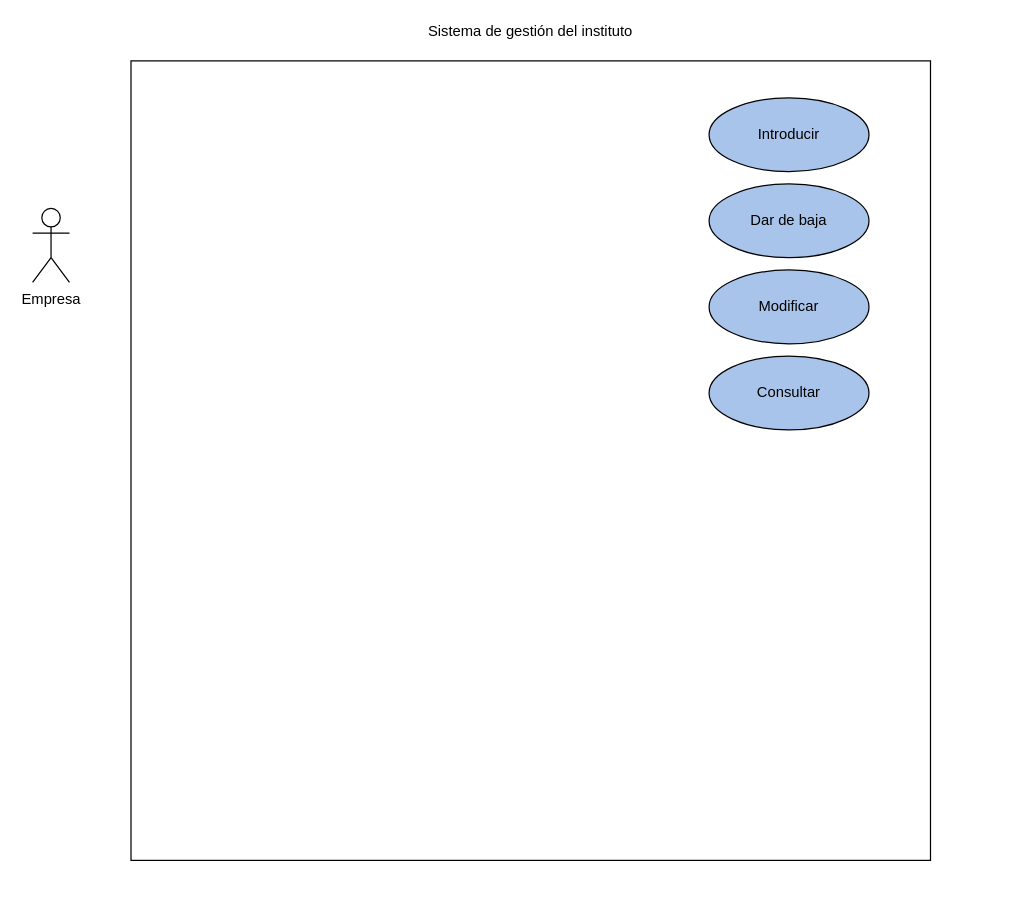
Earlier version of the draw.io diagram Untitled Diagram.drawio (vmcabreu/calculoarea). Source tidied: cells renumbered, new cells numbered last; positions are measured from the earlier drawing's top-left corner, leaving out a move shared by most shapes. Both pictures are drawn from the tidied source at 123%, with x=0, y=0 at pixel (32, 60).
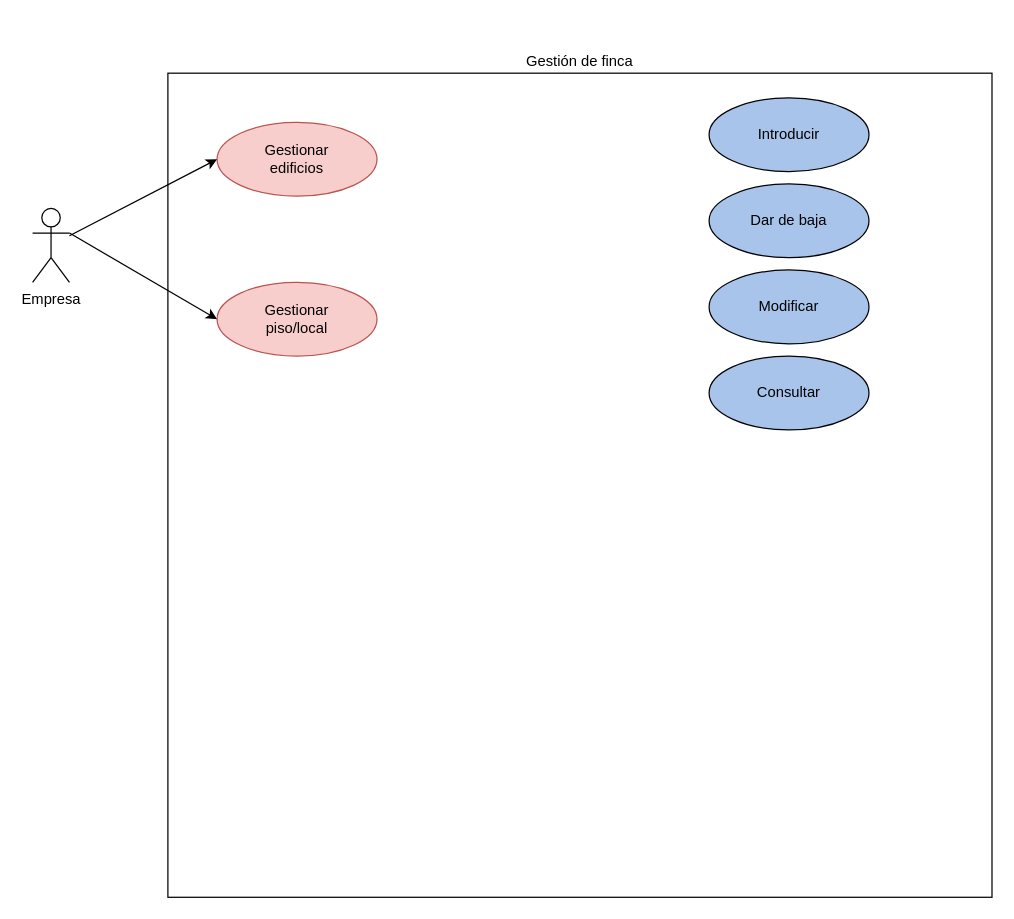
The same page after the edit.

Diff of the diagram source:
```diff
@@
 <mxGraphModel>
   <root>
     <mxCell id="0" />
     <mxCell id="1" parent="0" />
-    <mxCell id="2" value="&lt;div&gt;Sistema de gestión del instituto&lt;/div&gt;&lt;div&gt;&lt;br&gt;&lt;/div&gt;" style="whiteSpace=wrap;html=1;fillColor=none;labelPosition=center;verticalLabelPosition=top;align=center;verticalAlign=bottom;" parent="1" vertex="1">
-      <mxGeometry x="80" width="650" height="650" as="geometry" />
-    </mxCell>
     <mxCell id="3" value="Empresa" style="shape=umlActor;verticalLabelPosition=bottom;verticalAlign=top;html=1;outlineConnect=0;fontFamily=Helvetica;fillColor=none;" parent="1" vertex="1">
       <mxGeometry y="120" width="30" height="60" as="geometry" />
     </mxCell>
     <mxCell id="4" value="&lt;div&gt;Introducir&lt;/div&gt;" style="ellipse;whiteSpace=wrap;html=1;fontFamily=Helvetica;fillColor=#A9C4EB;strokeColor=default;" parent="1" vertex="1">
       <mxGeometry x="550" y="30" width="130" height="60" as="geometry" />
     </mxCell>
     <mxCell id="5" value="Dar de baja" style="ellipse;whiteSpace=wrap;html=1;fontFamily=Helvetica;fillColor=#A9C4EB;strokeColor=default;" parent="1" vertex="1">
       <mxGeometry x="550" y="100" width="130" height="60" as="geometry" />
     </mxCell>
     <mxCell id="6" value="&lt;div&gt;Modificar&lt;/div&gt;" style="ellipse;whiteSpace=wrap;html=1;fontFamily=Helvetica;fillColor=#A9C4EB;strokeColor=default;" parent="1" vertex="1">
       <mxGeometry x="550" y="170" width="130" height="60" as="geometry" />
     </mxCell>
     <mxCell id="7" value="Consultar" style="ellipse;whiteSpace=wrap;html=1;fontFamily=Helvetica;fillColor=#A9C4EB;strokeColor=default;" parent="1" vertex="1">
       <mxGeometry x="550" y="240" width="130" height="60" as="geometry" />
     </mxCell>
+    <mxCell id="8" value="&lt;div&gt;Gestión de finca&lt;/div&gt;" style="whiteSpace=wrap;html=1;fontFamily=Helvetica;strokeColor=default;fillColor=none;labelPosition=center;verticalLabelPosition=top;align=center;verticalAlign=bottom;" parent="1" vertex="1">
+      <mxGeometry x="110" y="10" width="670" height="670" as="geometry" />
+    </mxCell>
+    <mxCell id="9" value="&lt;div&gt;Gestionar&lt;/div&gt;&lt;div&gt;edificios&lt;/div&gt;" style="ellipse;whiteSpace=wrap;html=1;fontFamily=Helvetica;fillColor=#f8cecc;strokeColor=#b85450;" parent="1" vertex="1">
+      <mxGeometry x="150" y="50" width="130" height="60" as="geometry" />
+    </mxCell>
+    <mxCell id="10" value="&lt;div&gt;Gestionar&lt;/div&gt;&lt;div&gt;piso/local&lt;br&gt;&lt;/div&gt;" style="ellipse;whiteSpace=wrap;html=1;fontFamily=Helvetica;fillColor=#f8cecc;strokeColor=#b85450;" parent="1" vertex="1">
+      <mxGeometry x="150" y="180" width="130" height="60" as="geometry" />
+    </mxCell>
+    <mxCell id="11" style="endArrow=classic;html=1;rounded=0;fontFamily=Helvetica;entryX=0;entryY=0.5;entryDx=0;entryDy=0;" parent="1" edge="1" source="3" target="9">
+      <mxGeometry relative="1" as="geometry" />
+    </mxCell>
+    <mxCell id="12" style="endArrow=classic;html=1;rounded=0;fontFamily=Helvetica;entryX=0;entryY=0.5;entryDx=0;entryDy=0;exitX=1;exitY=0.3333333333333333;exitDx=0;exitDy=0;exitPerimeter=0;" parent="1" edge="1" source="3" target="10">
+      <mxGeometry relative="1" as="geometry" />
+    </mxCell>
   </root>
 </mxGraphModel>
```
